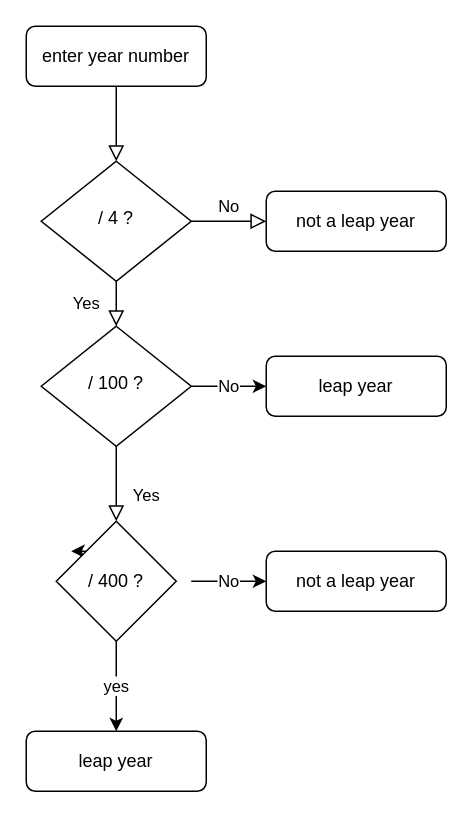
This is Untitled Diagram.drawio from Lamdadsn/Lamdadsn, a draw.io file, before an edit. Source tidied: cells renumbered, new cells numbered last; positions are measured from the earlier drawing's top-left corner, leaving out a move shared by most shapes. Both pictures are drawn from the tidied source at 150%, with x=0, y=0 at pixel (26, 26).
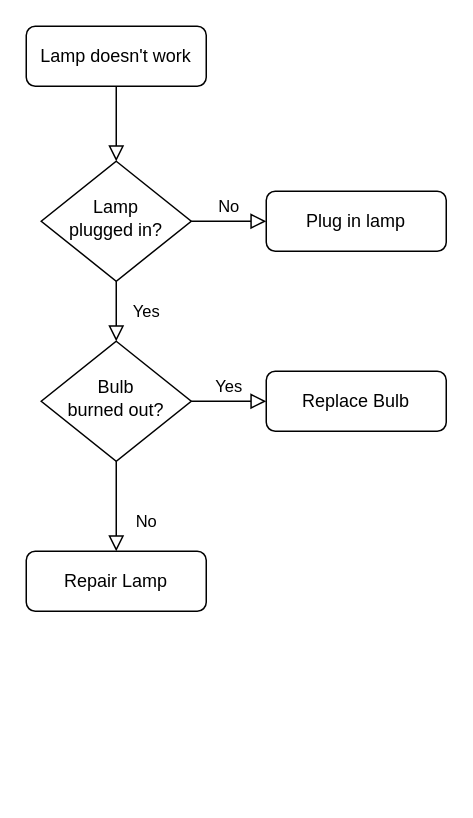
Above is the later version.

Change to the diagram source:
```diff
@@
-    <mxCell id="3" value="enter year number" style="rounded=1;whiteSpace=wrap;html=1;fontSize=12;glass=0;strokeWidth=1;shadow=0;" parent="1" vertex="1">
+    <mxCell id="3" value="Lamp doesn't work" style="rounded=1;whiteSpace=wrap;html=1;fontSize=12;glass=0;strokeWidth=1;shadow=0;" parent="1" vertex="1">
       <mxGeometry width="120" height="40" as="geometry" />
     </mxCell>
@@
-    <mxCell id="6" value="/ 4 ?" style="rhombus;whiteSpace=wrap;html=1;shadow=0;fontFamily=Helvetica;fontSize=12;align=center;strokeWidth=1;spacing=6;spacingTop=-4;" parent="1" vertex="1">
+    <mxCell id="6" value="Lamp&lt;br&gt;plugged in?" style="rhombus;whiteSpace=wrap;html=1;shadow=0;fontFamily=Helvetica;fontSize=12;align=center;strokeWidth=1;spacing=6;spacingTop=-4;" parent="1" vertex="1">
       <mxGeometry x="10" y="90" width="100" height="80" as="geometry" />
     </mxCell>
-    <mxCell id="7" value="not a leap year" style="rounded=1;whiteSpace=wrap;html=1;fontSize=12;glass=0;strokeWidth=1;shadow=0;" parent="1" vertex="1">
+    <mxCell id="7" value="Plug in lamp" style="rounded=1;whiteSpace=wrap;html=1;fontSize=12;glass=0;strokeWidth=1;shadow=0;" parent="1" vertex="1">
       <mxGeometry x="160" y="110" width="120" height="40" as="geometry" />
     </mxCell>
-    <mxCell id="8" value="Yes" style="rounded=0;html=1;jettySize=auto;fontSize=11;endArrow=block;endFill=0;endSize=8;strokeWidth=1;shadow=0;labelBackgroundColor=none;edgeStyle=orthogonalEdgeStyle;" parent="1" edge="1" source="9" target="13">
+    <mxCell id="8" value="No" style="rounded=0;html=1;jettySize=auto;fontSize=11;endArrow=block;endFill=0;endSize=8;strokeWidth=1;shadow=0;labelBackgroundColor=none;edgeStyle=orthogonalEdgeStyle;" parent="1" edge="1" source="9" target="10">
       <mxGeometry x="0.33" y="20" relative="1" as="geometry" />
     </mxCell>
+    <mxCell id="18" value="Yes" style="edgeStyle=orthogonalEdgeStyle;rounded=0;html=1;jettySize=auto;fontSize=11;endArrow=block;endFill=0;endSize=8;strokeWidth=1;shadow=0;labelBackgroundColor=none;" parent="1" edge="1" source="9" target="19">
+      <mxGeometry y="10" relative="1" as="geometry" />
+    </mxCell>
-    <mxCell id="9" value="/ 100 ?" style="rhombus;whiteSpace=wrap;html=1;shadow=0;fontFamily=Helvetica;fontSize=12;align=center;strokeWidth=1;spacing=6;spacingTop=-4;" parent="1" vertex="1">
-      <mxGeometry x="10" y="200" width="100" height="80" as="geometry" />
+    <mxCell id="9" value="Bulb&lt;br&gt;burned out?" style="rhombus;whiteSpace=wrap;html=1;shadow=0;fontFamily=Helvetica;fontSize=12;align=center;strokeWidth=1;spacing=6;spacingTop=-4;" parent="1" vertex="1">
+      <mxGeometry x="10" y="210" width="100" height="80" as="geometry" />
     </mxCell>
-    <mxCell id="10" value="leap year" style="rounded=1;whiteSpace=wrap;html=1;fontSize=12;glass=0;strokeWidth=1;shadow=0;" parent="1" vertex="1">
-      <mxGeometry y="470" width="120" height="40" as="geometry" />
+    <mxCell id="10" value="Repair Lamp" style="rounded=1;whiteSpace=wrap;html=1;fontSize=12;glass=0;strokeWidth=1;shadow=0;" parent="1" vertex="1">
+      <mxGeometry y="350" width="120" height="40" as="geometry" />
     </mxCell>
-    <mxCell id="11" style="edgeStyle=orthogonalEdgeStyle;rounded=0;jettySize=auto;html=1;exitX=0;exitY=0;exitDx=0;exitDy=0;" parent="1" edge="1" source="13">
-      <mxGeometry relative="1" as="geometry">
-        <mxPoint x="30" y="350" as="targetPoint" />
-      </mxGeometry>
-    </mxCell>
-    <mxCell id="12" value="yes" style="edgeStyle=orthogonalEdgeStyle;rounded=0;jettySize=auto;html=1;exitX=0.5;exitY=1;exitDx=0;exitDy=0;entryX=0.5;entryY=0;entryDx=0;entryDy=0;" parent="1" edge="1" source="13" target="10">
-      <mxGeometry relative="1" as="geometry" />
-    </mxCell>
-    <mxCell id="13" value="/ 400 ?" style="rhombus;whiteSpace=wrap;html=1;" parent="1" vertex="1">
-      <mxGeometry x="20" y="330" width="80" height="80" as="geometry" />
-    </mxCell>
-    <mxCell id="14" value="No" style="endArrow=classic;html=1;rounded=0;exitX=1;exitY=0.5;exitDx=0;exitDy=0;entryX=0;entryY=0.5;entryDx=0;entryDy=0;" parent="1" edge="1" source="9">
-      <mxGeometry relative="1" as="geometry">
-        <mxPoint x="160" y="240" as="targetPoint" />
-      </mxGeometry>
-    </mxCell>
-    <mxCell id="15" value="leap year" style="rounded=1;whiteSpace=wrap;html=1;fontSize=12;glass=0;strokeWidth=1;shadow=0;" parent="1" vertex="1">
-      <mxGeometry x="160" y="220" width="120" height="40" as="geometry" />
-    </mxCell>
-    <mxCell id="16" value="No" style="endArrow=classic;html=1;rounded=0;exitX=1;exitY=0.5;exitDx=0;exitDy=0;entryX=0;entryY=0.5;entryDx=0;entryDy=0;" parent="1" edge="1">
-      <mxGeometry relative="1" as="geometry">
-        <mxPoint x="110" y="370" as="sourcePoint" />
-        <mxPoint x="160" y="370" as="targetPoint" />
-      </mxGeometry>
-    </mxCell>
-    <mxCell id="17" value="not a leap year" style="rounded=1;whiteSpace=wrap;html=1;fontSize=12;glass=0;strokeWidth=1;shadow=0;" parent="1" vertex="1">
-      <mxGeometry x="160" y="350" width="120" height="40" as="geometry" />
-    </mxCell>
+    <mxCell id="19" value="Replace Bulb" style="rounded=1;whiteSpace=wrap;html=1;fontSize=12;glass=0;strokeWidth=1;shadow=0;" parent="1" vertex="1">
+      <mxGeometry x="160" y="230" width="120" height="40" as="geometry" />
+    </mxCell>
```
